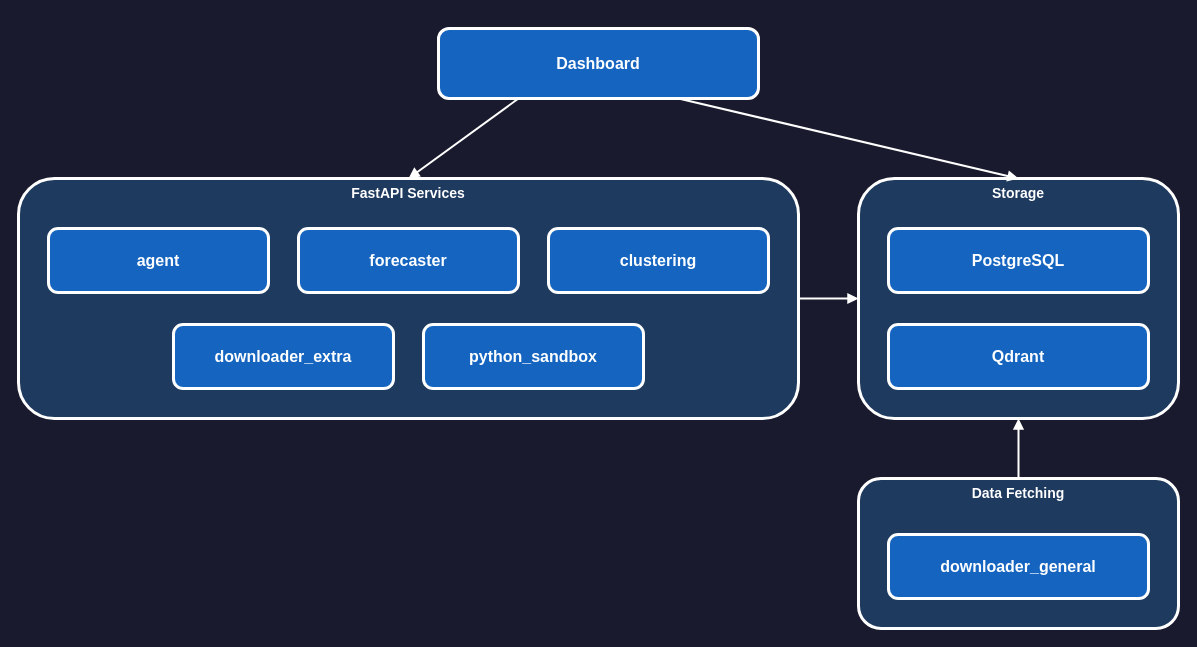
The draw.io diagram drawio_structure.drawio in alexveider1/Ultimate-Macroeconomics-Dashboard, before the edit. Source tidied: cells renumbered, new cells numbered last; positions are measured from the earlier drawing's top-left corner, leaving out a move shared by most shapes. Both pictures are drawn from the tidied source at 100%, with x=0, y=0 at pixel (18, 28).
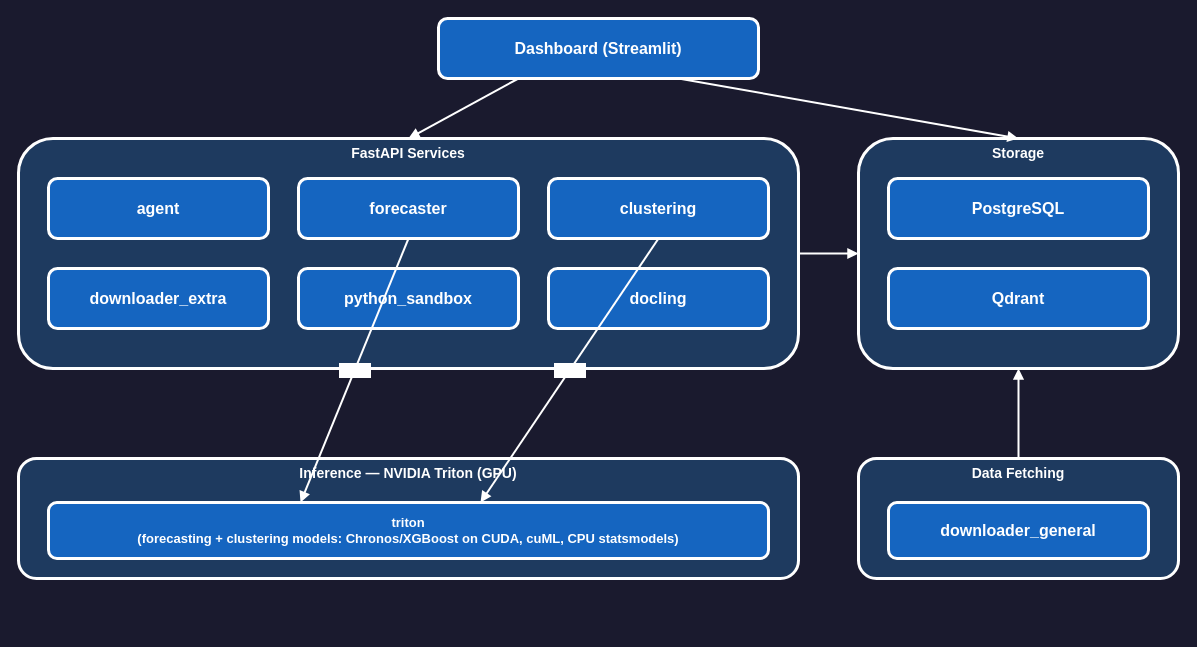
The same page after the edit.

The edit, as a diff of the source:
```diff
@@
-    <mxCell id="2" value="Dashboard" style="rounded=1;whiteSpace=wrap;html=1;fillColor=#1565c0;strokeColor=#ffffff;fontColor=#ffffff;fontSize=16;fontStyle=1;strokeWidth=3;" parent="1" vertex="1">
-      <mxGeometry x="420" width="320" height="70" as="geometry" />
+    <mxCell id="2" value="Dashboard (Streamlit)" style="rounded=1;whiteSpace=wrap;html=1;fillColor=#1565c0;strokeColor=#ffffff;fontColor=#ffffff;fontSize=16;fontStyle=1;strokeWidth=3;" parent="1" vertex="1">
+      <mxGeometry x="420" y="-10" width="320" height="60" as="geometry" />
     </mxCell>
     <mxCell id="3" value="FastAPI Services" style="fillColor=#1e3a5f;strokeColor=#ffffff;fontColor=#ffffff;fontSize=14;fontStyle=1;align=center;verticalAlign=top;whiteSpace=wrap;html=1;rounded=1;strokeWidth=3;" parent="1" vertex="1">
-      <mxGeometry y="150" width="780" height="240" as="geometry" />
+      <mxGeometry y="110" width="780" height="230" as="geometry" />
     </mxCell>
     <mxCell id="4" value="agent" style="rounded=1;whiteSpace=wrap;html=1;fillColor=#1565c0;strokeColor=#ffffff;fontColor=#ffffff;fontSize=16;fontStyle=1;strokeWidth=3;" parent="3" vertex="1">
-      <mxGeometry x="30" y="50" width="220" height="64" as="geometry" />
+      <mxGeometry x="30" y="40" width="220" height="60" as="geometry" />
     </mxCell>
     <mxCell id="5" value="forecaster" style="rounded=1;whiteSpace=wrap;html=1;fillColor=#1565c0;strokeColor=#ffffff;fontColor=#ffffff;fontSize=16;fontStyle=1;strokeWidth=3;" parent="3" vertex="1">
-      <mxGeometry x="280" y="50" width="220" height="64" as="geometry" />
+      <mxGeometry x="280" y="40" width="220" height="60" as="geometry" />
     </mxCell>
     <mxCell id="6" value="clustering" style="rounded=1;whiteSpace=wrap;html=1;fillColor=#1565c0;strokeColor=#ffffff;fontColor=#ffffff;fontSize=16;fontStyle=1;strokeWidth=3;" parent="3" vertex="1">
-      <mxGeometry x="530" y="50" width="220" height="64" as="geometry" />
+      <mxGeometry x="530" y="40" width="220" height="60" as="geometry" />
     </mxCell>
     <mxCell id="7" value="downloader_extra" style="rounded=1;whiteSpace=wrap;html=1;fillColor=#1565c0;strokeColor=#ffffff;fontColor=#ffffff;fontSize=16;fontStyle=1;strokeWidth=3;" parent="3" vertex="1">
-      <mxGeometry x="155" y="146" width="220" height="64" as="geometry" />
+      <mxGeometry x="30" y="130" width="220" height="60" as="geometry" />
     </mxCell>
     <mxCell id="8" value="python_sandbox" style="rounded=1;whiteSpace=wrap;html=1;fillColor=#1565c0;strokeColor=#ffffff;fontColor=#ffffff;fontSize=16;fontStyle=1;strokeWidth=3;" parent="3" vertex="1">
-      <mxGeometry x="405" y="146" width="220" height="64" as="geometry" />
+      <mxGeometry x="280" y="130" width="220" height="60" as="geometry" />
     </mxCell>
+    <mxCell id="18" value="docling" style="rounded=1;whiteSpace=wrap;html=1;fillColor=#1565c0;strokeColor=#ffffff;fontColor=#ffffff;fontSize=16;fontStyle=1;strokeWidth=3;" parent="3" vertex="1">
+      <mxGeometry x="530" y="130" width="220" height="60" as="geometry" />
+    </mxCell>
+    <mxCell id="19" value="Inference — NVIDIA Triton (GPU)" style="fillColor=#1e3a5f;strokeColor=#ffffff;fontColor=#ffffff;fontSize=14;fontStyle=1;align=center;verticalAlign=top;whiteSpace=wrap;html=1;rounded=1;strokeWidth=3;" parent="1" vertex="1">
+      <mxGeometry y="430" width="780" height="120" as="geometry" />
+    </mxCell>
+    <mxCell id="20" value="triton&#10;(forecasting + clustering models: Chronos/XGBoost on CUDA, cuML, CPU statsmodels)" style="rounded=1;whiteSpace=wrap;html=1;fillColor=#1565c0;strokeColor=#ffffff;fontColor=#ffffff;fontSize=13;fontStyle=1;strokeWidth=3;" parent="19" vertex="1">
+      <mxGeometry x="30" y="44" width="720" height="56" as="geometry" />
+    </mxCell>
     <mxCell id="9" value="Storage" style="fillColor=#1e3a5f;strokeColor=#ffffff;fontColor=#ffffff;fontSize=14;fontStyle=1;align=center;verticalAlign=top;whiteSpace=wrap;html=1;rounded=1;strokeWidth=3;" parent="1" vertex="1">
-      <mxGeometry x="840" y="150" width="320" height="240" as="geometry" />
+      <mxGeometry x="840" y="110" width="320" height="230" as="geometry" />
     </mxCell>
     <mxCell id="10" value="PostgreSQL" style="rounded=1;whiteSpace=wrap;html=1;fillColor=#1565c0;strokeColor=#ffffff;fontColor=#ffffff;fontSize=16;fontStyle=1;strokeWidth=3;" parent="9" vertex="1">
-      <mxGeometry x="30" y="50" width="260" height="64" as="geometry" />
+      <mxGeometry x="30" y="40" width="260" height="60" as="geometry" />
     </mxCell>
     <mxCell id="11" value="Qdrant" style="rounded=1;whiteSpace=wrap;html=1;fillColor=#1565c0;strokeColor=#ffffff;fontColor=#ffffff;fontSize=16;fontStyle=1;strokeWidth=3;" parent="9" vertex="1">
-      <mxGeometry x="30" y="146" width="260" height="64" as="geometry" />
+      <mxGeometry x="30" y="130" width="260" height="60" as="geometry" />
     </mxCell>
     <mxCell id="12" value="Data Fetching" style="fillColor=#1e3a5f;strokeColor=#ffffff;fontColor=#ffffff;fontSize=14;fontStyle=1;align=center;verticalAlign=top;whiteSpace=wrap;html=1;rounded=1;strokeWidth=3;" parent="1" vertex="1">
-      <mxGeometry x="840" y="450" width="320" height="150" as="geometry" />
+      <mxGeometry x="840" y="430" width="320" height="120" as="geometry" />
     </mxCell>
     <mxCell id="13" value="downloader_general" style="rounded=1;whiteSpace=wrap;html=1;fillColor=#1565c0;strokeColor=#ffffff;fontColor=#ffffff;fontSize=16;fontStyle=1;strokeWidth=3;" parent="12" vertex="1">
-      <mxGeometry x="30" y="56" width="260" height="64" as="geometry" />
+      <mxGeometry x="30" y="44" width="260" height="56" as="geometry" />
     </mxCell>
@@
+    <mxCell id="21" value="gRPC" style="endArrow=block;endFill=1;html=1;rounded=0;strokeColor=#ffffff;fontColor=#ffffff;fontSize=12;strokeWidth=2;exitX=0.5;exitY=1;exitDx=0;exitDy=0;entryX=0.35;entryY=0;entryDx=0;entryDy=0;" parent="1" edge="1" source="5" target="20">
+      <mxGeometry relative="1" as="geometry" />
+    </mxCell>
+    <mxCell id="22" value="gRPC" style="endArrow=block;endFill=1;html=1;rounded=0;strokeColor=#ffffff;fontColor=#ffffff;fontSize=12;strokeWidth=2;exitX=0.5;exitY=1;exitDx=0;exitDy=0;entryX=0.6;entryY=0;entryDx=0;entryDy=0;" parent="1" edge="1" source="6" target="20">
+      <mxGeometry relative="1" as="geometry" />
+    </mxCell>
```
